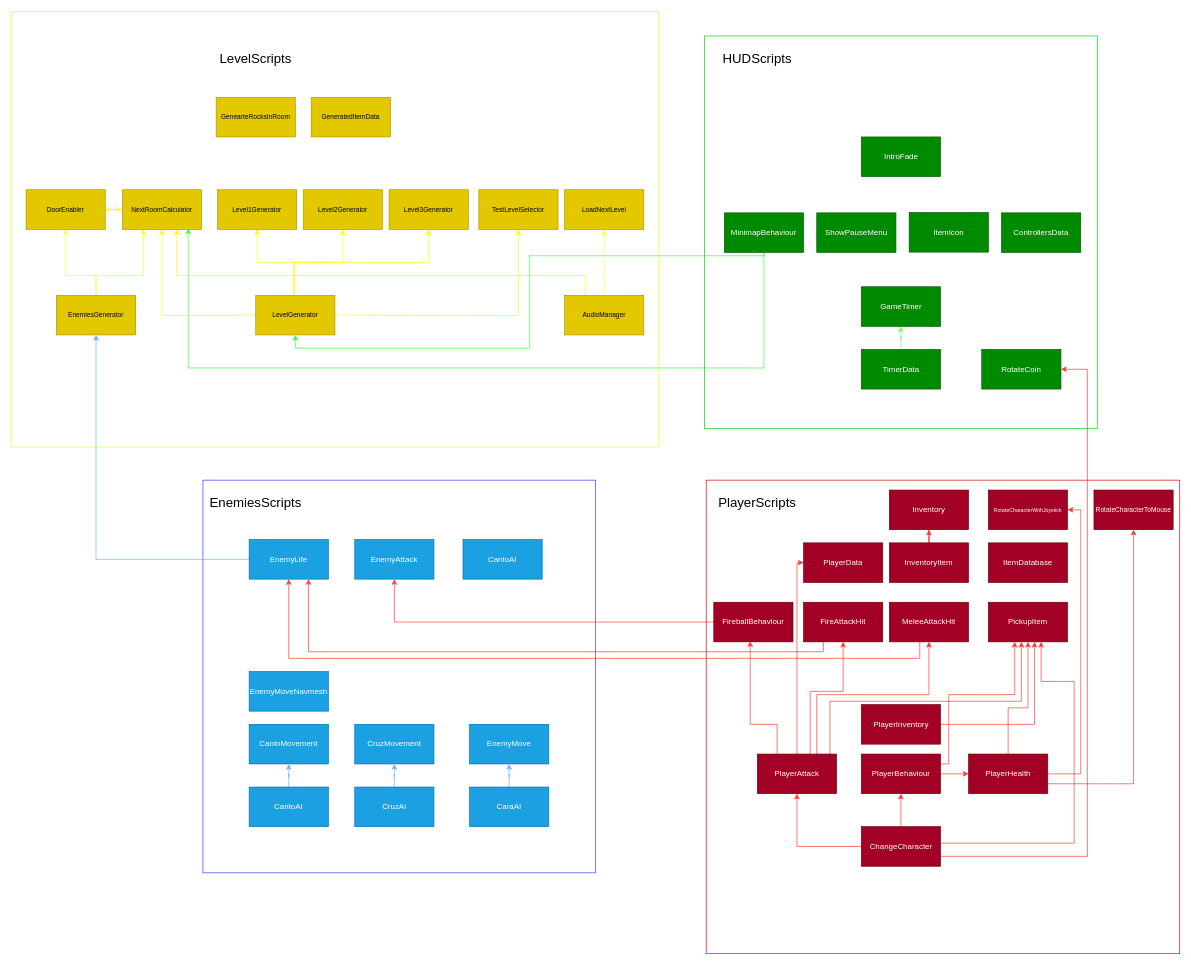
Earlier version of the draw.io diagram Assets/Diagrams/DiagramaClasesVertical.drawio (JFresnedaFuentespina/Testing-The-Three-Faces). Source tidied: cells renumbered, new cells numbered last; positions are measured from the earlier drawing's top-left corner, leaving out a move shared by most shapes. Both pictures are drawn from the tidied source at 66%, with x=0, y=0 at pixel (11, 11).
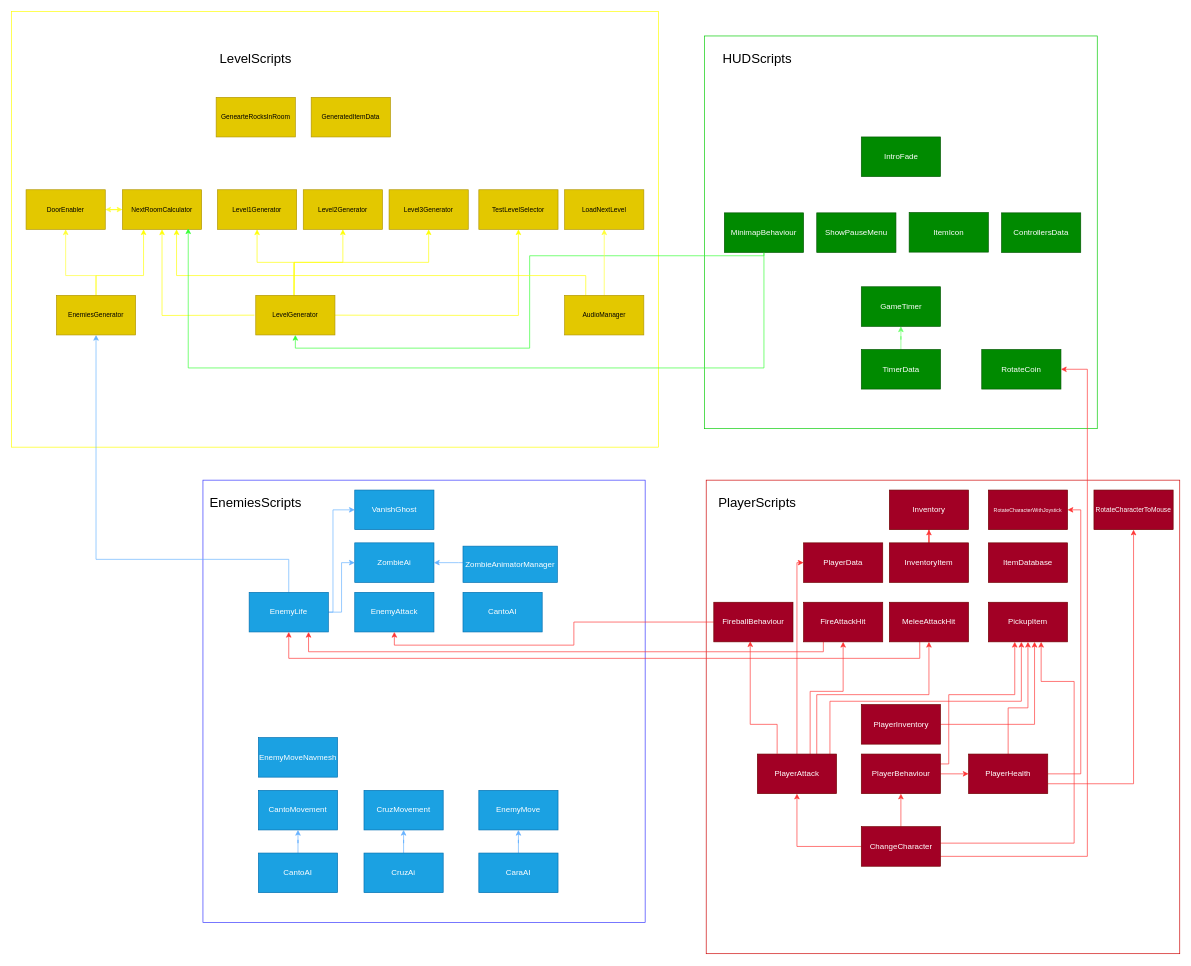
Above is the later version.

Commit message (it also covers changes not shown here):
nuevas clases en el diagrama

Change to the diagram source:
```diff
@@
     <mxCell id="3" style="whiteSpace=wrap;html=1;fillColor=none;fontColor=#ffffff;strokeColor=#3333FF;" parent="1" vertex="1">
-      <mxGeometry x="290" y="710" width="595" height="595" as="geometry" />
+      <mxGeometry x="290" y="710" width="670" height="670" as="geometry" />
     </mxCell>
@@
     <mxCell id="11" value="CantoAI" style="rounded=0;whiteSpace=wrap;html=1;fillColor=#1ba1e2;fontColor=#ffffff;strokeColor=#006EAF;" parent="1" vertex="1">
-      <mxGeometry x="360" y="1175" width="120" height="60" as="geometry" />
+      <mxGeometry x="374" y="1275" width="120" height="60" as="geometry" />
     </mxCell>
     <mxCell id="12" value="CantoMovement" style="rounded=0;whiteSpace=wrap;html=1;fillColor=#1ba1e2;fontColor=#ffffff;strokeColor=#006EAF;" parent="1" vertex="1">
-      <mxGeometry x="360" y="1080" width="120" height="60" as="geometry" />
+      <mxGeometry x="374" y="1180" width="120" height="60" as="geometry" />
     </mxCell>
@@
     <mxCell id="14" value="CruzAi" style="rounded=0;whiteSpace=wrap;html=1;fillColor=#1ba1e2;fontColor=#ffffff;strokeColor=#006EAF;" parent="1" vertex="1">
-      <mxGeometry x="520" y="1175" width="120" height="60" as="geometry" />
+      <mxGeometry x="534" y="1275" width="120" height="60" as="geometry" />
     </mxCell>
     <mxCell id="15" value="CruzMovement" style="rounded=0;whiteSpace=wrap;html=1;fillColor=#1ba1e2;fontColor=#ffffff;strokeColor=#006EAF;" parent="1" vertex="1">
-      <mxGeometry x="520" y="1080" width="120" height="60" as="geometry" />
+      <mxGeometry x="534" y="1180" width="120" height="60" as="geometry" />
     </mxCell>
@@
+    <mxCell id="92" style="edgeStyle=orthogonalEdgeStyle;rounded=0;jettySize=auto;html=1;entryX=0;entryY=0.5;entryDx=0;entryDy=0;strokeColor=#66B2FF;" parent="1" edge="1" source="17" target="94">
+      <mxGeometry relative="1" as="geometry">
+        <Array as="points">
+          <mxPoint x="487" y="910" />
+          <mxPoint x="487" y="755" />
+        </Array>
+      </mxGeometry>
+    </mxCell>
+    <mxCell id="93" style="edgeStyle=orthogonalEdgeStyle;rounded=0;jettySize=auto;html=1;entryX=0;entryY=0.5;entryDx=0;entryDy=0;strokeColor=#66B2FF;" parent="1" edge="1" source="17" target="97">
+      <mxGeometry relative="1" as="geometry" />
+    </mxCell>
     <mxCell id="17" value="EnemyLife" style="rounded=0;whiteSpace=wrap;html=1;fillColor=#1ba1e2;fontColor=#ffffff;strokeColor=#006EAF;" parent="1" vertex="1">
-      <mxGeometry x="360" y="800" width="120" height="60" as="geometry" />
+      <mxGeometry x="360" y="880" width="120" height="60" as="geometry" />
     </mxCell>
     <mxCell id="18" value="EnemyAttack" style="rounded=0;whiteSpace=wrap;html=1;fillColor=#1ba1e2;fontColor=#ffffff;strokeColor=#006EAF;" parent="1" vertex="1">
-      <mxGeometry x="520" y="800" width="120" height="60" as="geometry" />
+      <mxGeometry x="520" y="880" width="120" height="60" as="geometry" />
     </mxCell>
     <mxCell id="19" value="CantoAI" style="rounded=0;whiteSpace=wrap;html=1;fillColor=#1ba1e2;fontColor=#ffffff;strokeColor=#006EAF;" parent="1" vertex="1">
-      <mxGeometry x="684" y="800" width="120" height="60" as="geometry" />
+      <mxGeometry x="684" y="880" width="120" height="60" as="geometry" />
     </mxCell>
@@
     <mxCell id="21" value="CaraAI" style="rounded=0;whiteSpace=wrap;html=1;fillColor=#1ba1e2;fontColor=#ffffff;strokeColor=#006EAF;" parent="1" vertex="1">
-      <mxGeometry x="694" y="1175" width="120" height="60" as="geometry" />
+      <mxGeometry x="708" y="1275" width="120" height="60" as="geometry" />
     </mxCell>
     <mxCell id="22" value="EnemyMove" style="rounded=0;whiteSpace=wrap;html=1;fillColor=#1ba1e2;fontColor=#ffffff;strokeColor=#006EAF;" parent="1" vertex="1">
-      <mxGeometry x="694" y="1080" width="120" height="60" as="geometry" />
+      <mxGeometry x="708" y="1180" width="120" height="60" as="geometry" />
     </mxCell>
     <mxCell id="23" value="EnemyMoveNavmesh" style="rounded=0;whiteSpace=wrap;html=1;fillColor=#1ba1e2;fontColor=#ffffff;strokeColor=#006EAF;" parent="1" vertex="1">
-      <mxGeometry x="360" y="1000" width="120" height="60" as="geometry" />
+      <mxGeometry x="374" y="1100" width="120" height="60" as="geometry" />
     </mxCell>
@@
+    <mxCell id="94" value="VanishGhost" style="rounded=0;whiteSpace=wrap;html=1;fillColor=#1ba1e2;fontColor=#ffffff;strokeColor=#006EAF;" parent="1" vertex="1">
+      <mxGeometry x="520" y="725" width="120" height="60" as="geometry" />
+    </mxCell>
+    <mxCell id="95" style="edgeStyle=orthogonalEdgeStyle;rounded=0;jettySize=auto;html=1;entryX=1;entryY=0.5;entryDx=0;entryDy=0;strokeColor=#66B2FF;" parent="1" edge="1" source="96" target="97">
+      <mxGeometry relative="1" as="geometry">
+        <Array as="points">
+          <mxPoint x="677" y="835" />
+          <mxPoint x="677" y="835" />
+        </Array>
+      </mxGeometry>
+    </mxCell>
+    <mxCell id="96" value="ZombieAnimatorManager" style="rounded=0;whiteSpace=wrap;html=1;fillColor=#1ba1e2;fontColor=#ffffff;strokeColor=#006EAF;" parent="1" vertex="1">
+      <mxGeometry x="684" y="810" width="143" height="55" as="geometry" />
+    </mxCell>
+    <mxCell id="97" value="ZombieAi" style="rounded=0;whiteSpace=wrap;html=1;fillColor=#1ba1e2;fontColor=#ffffff;strokeColor=#006EAF;" parent="1" vertex="1">
+      <mxGeometry x="520" y="805" width="120" height="60" as="geometry" />
+    </mxCell>
```
